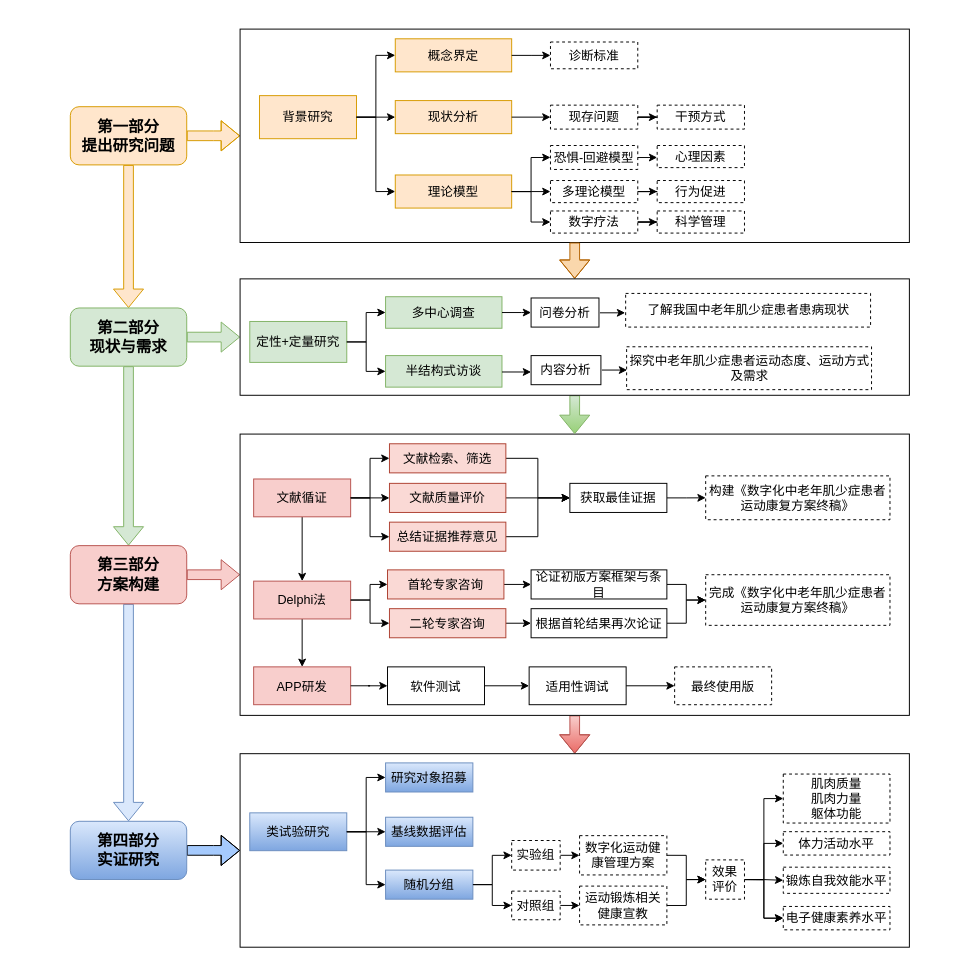
The draw.io diagram page "第 5 页" (5 of 5) of t1.drawio in p1o2p3u1/draw_io_diagram, before the edit. Source tidied: cells renumbered, new cells numbered last; positions are measured from the earlier drawing's top-left corner, leaving out a move shared by most shapes. Both pictures are drawn from the tidied source at 97%, with x=0, y=0 at pixel (16, 16).
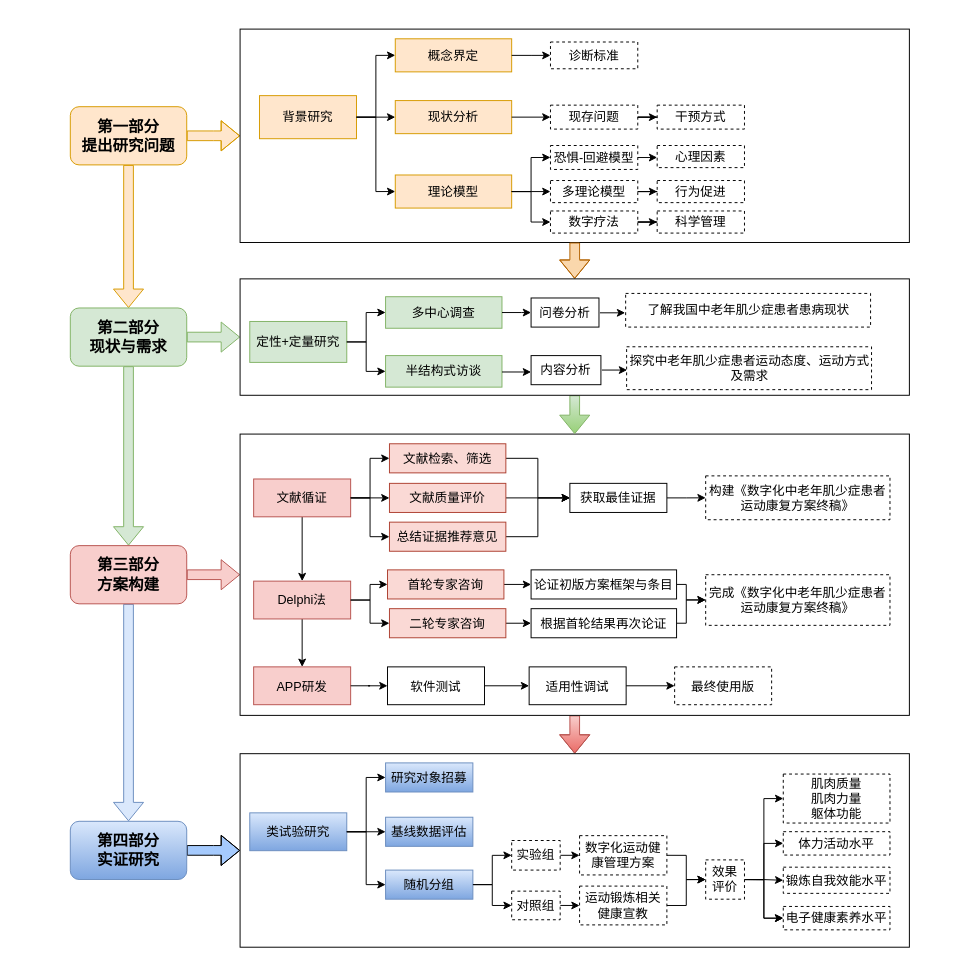
Above is the later version.

Unchanged cells that the change refers to:
```xml
<mxCell id="15" style="group;fontStyle=0;fontSize=13;" parent="1" vertex="1">
  <mxGeometry x="230" y="430" width="690" height="290" as="geometry" />
</mxCell>
<mxCell id="47" value="完成《数字化中老年肌少症患者运动康复方案终稿》" style="rounded=0;whiteSpace=wrap;html=1;fontSize=13;dashed=1;fontStyle=0;" parent="15" vertex="1">
  <mxGeometry x="480" y="145" width="190" height="52.2" as="geometry" />
</mxCell>
```

What changed in the source:
```diff
@@
-    <mxCell id="43" style="edgeStyle=orthogonalEdgeStyle;rounded=0;jettySize=auto;html=1;exitX=1;exitY=0.5;exitDx=0;exitDy=0;entryX=0;entryY=0.5;entryDx=0;entryDy=0;fontStyle=0;fontSize=13;" parent="15" edge="1" source="44" target="47">
-      <mxGeometry relative="1" as="geometry" />
+    <mxCell id="43" style="edgeStyle=orthogonalEdgeStyle;rounded=0;jettySize=auto;html=1;" parent="15" edge="1" source="44" target="47">
+      <mxGeometry relative="1" as="geometry">
+        <Array as="points">
+          <mxPoint x="460" y="195" />
+          <mxPoint x="460" y="171" />
+        </Array>
+      </mxGeometry>
     </mxCell>
     <mxCell id="44" value="根据首轮结果再次论证" style="rounded=0;whiteSpace=wrap;html=1;fontSize=13;fontStyle=0;" parent="15" vertex="1">
-      <mxGeometry x="300" y="180" width="140" height="30" as="geometry" />
+      <mxGeometry x="300" y="180" width="150" height="30" as="geometry" />
     </mxCell>
     <mxCell id="45" style="edgeStyle=orthogonalEdgeStyle;rounded=0;jettySize=auto;html=1;exitX=1;exitY=0.5;exitDx=0;exitDy=0;fontStyle=0;fontSize=13;" parent="15" edge="1" source="46" target="47">
-      <mxGeometry relative="1" as="geometry" />
+      <mxGeometry relative="1" as="geometry">
+        <Array as="points">
+          <mxPoint x="460" y="155" />
+          <mxPoint x="460" y="171" />
+        </Array>
+      </mxGeometry>
     </mxCell>
     <mxCell id="46" value="论证初版方案框架与条目" style="rounded=0;whiteSpace=wrap;html=1;fontSize=13;fontStyle=0;" parent="15" vertex="1">
-      <mxGeometry x="300" y="140" width="140" height="30" as="geometry" />
+      <mxGeometry x="300" y="140" width="150" height="30" as="geometry" />
     </mxCell>
```
